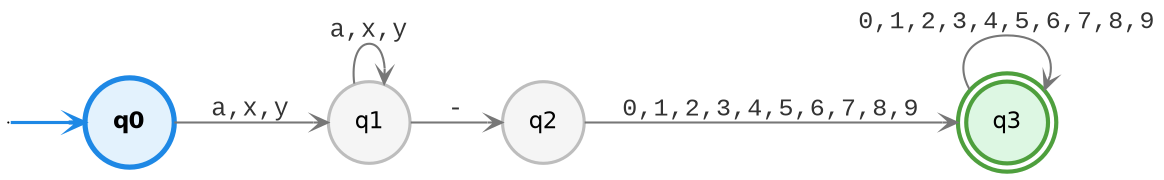
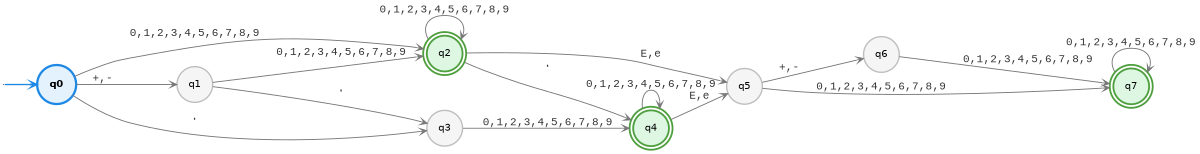
digraph G {
  rankdir=LR;
  size="8,5";
  node [fontname="Helvetica", fontsize=11, margin=0.1];
  edge [arrowsize=0.7, arrowhead=vee, fontname="Courier New", fontsize=12, fontcolor="#333333", color="#777777"];
  qi [shape=point, width=0];
  "q0" [shape=circle, style=filled, fillcolor="#E3F2FD", color="#1E88E5", penwidth=2.5, fontname="Helvetica-Bold"];
  "q1" [shape=circle, style=filled, fillcolor="#F5F5F5", color="#BDBDBD", penwidth=1.5];
-   "q2" [shape=circle, style=filled, fillcolor="#F5F5F5", color="#BDBDBD", penwidth=1.5];
-   "q3" [shape=doublecircle, style=filled, fillcolor="#DDF7E3", color="#4E9F3D", penwidth=2];
+   "q2" [shape=doublecircle, style=filled, fillcolor="#DDF7E3", color="#4E9F3D", penwidth=2];
+   "q3" [shape=circle, style=filled, fillcolor="#F5F5F5", color="#BDBDBD", penwidth=1.5];
+   "q4" [shape=doublecircle, style=filled, fillcolor="#DDF7E3", color="#4E9F3D", penwidth=2];
+   "q5" [shape=circle, style=filled, fillcolor="#F5F5F5", color="#BDBDBD", penwidth=1.5];
+   "q6" [shape=circle, style=filled, fillcolor="#F5F5F5", color="#BDBDBD", penwidth=1.5];
+   "q7" [shape=doublecircle, style=filled, fillcolor="#DDF7E3", color="#4E9F3D", penwidth=2];

  qi -> "q0" [color="#1E88E5", penwidth=1.5];
-   "q0" -> "q1" [label="a,x,y"];
-   "q1" -> "q1" [label="a,x,y"];
-   "q1" -> "q2" [label="-"];
-   "q2" -> "q3" [label="0,1,2,3,4,5,6,7,8,9"];
-   "q3" -> "q3" [label="0,1,2,3,4,5,6,7,8,9"];
+   "q0" -> "q1" [label="+,-"];
+   "q0" -> "q2" [label="0,1,2,3,4,5,6,7,8,9"];
+   "q0" -> "q3" [label="."];
+   "q1" -> "q2" [label="0,1,2,3,4,5,6,7,8,9"];
+   "q1" -> "q3" [label="."];
+   "q2" -> "q4" [label="."];
+   "q2" -> "q2" [label="0,1,2,3,4,5,6,7,8,9"];
+   "q2" -> "q5" [label="E,e"];
+   "q3" -> "q4" [label="0,1,2,3,4,5,6,7,8,9"];
+   "q4" -> "q4" [label="0,1,2,3,4,5,6,7,8,9"];
+   "q4" -> "q5" [label="E,e"];
+   "q5" -> "q6" [label="+,-"];
+   "q5" -> "q7" [label="0,1,2,3,4,5,6,7,8,9"];
+   "q6" -> "q7" [label="0,1,2,3,4,5,6,7,8,9"];
+   "q7" -> "q7" [label="0,1,2,3,4,5,6,7,8,9"];
}
